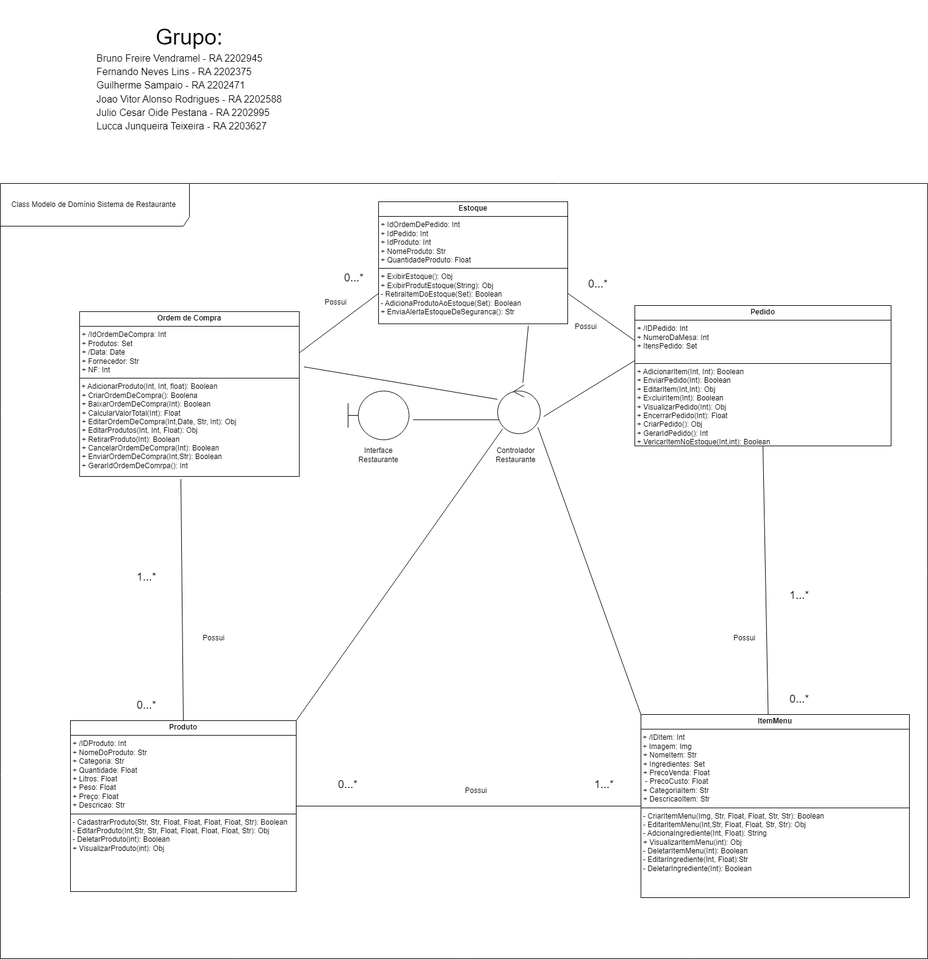
This is Analise_e_Modelagem/Ap2/RestoBar_DiagramaDeClassesProjeto.png from GuiSampaioDias/Quarto_Semestre, a draw.io export, as it was before one commit. Source tidied: cells renumbered, new cells last; positions are measured from the earlier drawing's top-left corner, leaving out a move shared by most shapes.
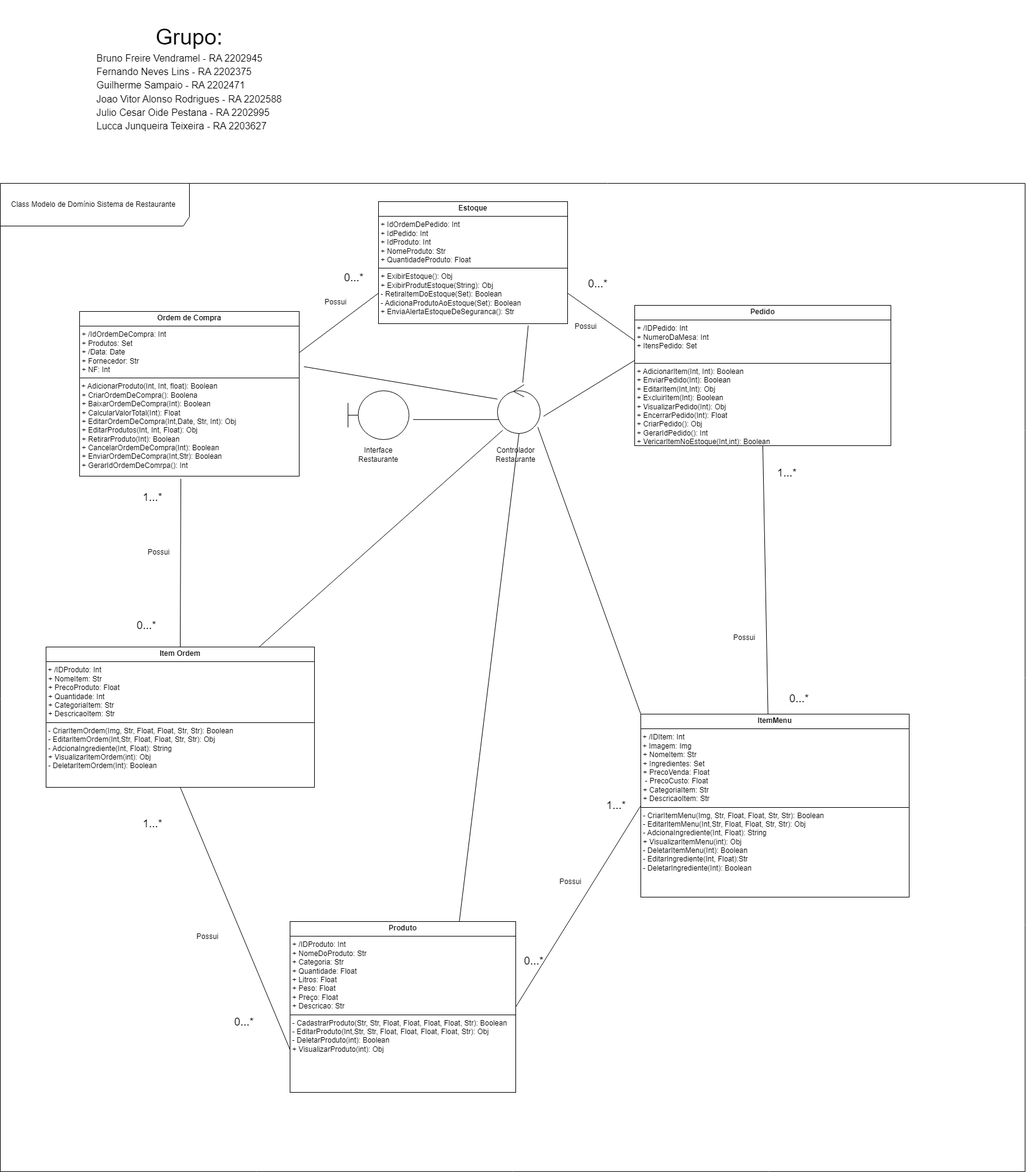
The same diagram one commit later.

Change to the diagram source:
```diff
@@ -9,7 +9,7 @@
       <mxGeometry x="1040" y="500" width="420" height="230" as="geometry" />
     </mxCell>
     <mxCell id="4" value="&lt;p style=&quot;margin:0px;margin-top:4px;text-align:center;&quot;&gt;&lt;b&gt;Produto&lt;/b&gt;&lt;/p&gt;&lt;hr size=&quot;1&quot; style=&quot;border-style:solid;&quot;&gt;&lt;p style=&quot;margin:0px;margin-left:4px;&quot;&gt;+ /IDProduto: Int&lt;br&gt;+ NomeDoProduto: Str&lt;/p&gt;&lt;p style=&quot;margin:0px;margin-left:4px;&quot;&gt;+ Categoria: Str&lt;/p&gt;&lt;p style=&quot;margin:0px;margin-left:4px;&quot;&gt;+ Quantidade: Float&lt;/p&gt;&lt;p style=&quot;margin:0px;margin-left:4px;&quot;&gt;+ Litros: Float&lt;/p&gt;&lt;p style=&quot;margin:0px;margin-left:4px;&quot;&gt;+ Peso: Float&lt;/p&gt;&lt;p style=&quot;margin:0px;margin-left:4px;&quot;&gt;+ Preço: Float&lt;/p&gt;&lt;p style=&quot;margin:0px;margin-left:4px;&quot;&gt;+ Descricao: Str&lt;/p&gt;&lt;hr size=&quot;1&quot; style=&quot;border-style:solid;&quot;&gt;&lt;p style=&quot;margin:0px;margin-left:4px;&quot;&gt;- CadastrarProduto(Str, Str, Float, Float, Float, Float, Str): Boolean&lt;br&gt;- EditarProduto(Int,Str, Str, Float, Float, Float, Float, Str): Obj&lt;/p&gt;&lt;p style=&quot;margin:0px;margin-left:4px;&quot;&gt;- DeletarProduto(int): Boolean&lt;/p&gt;&lt;p style=&quot;margin:0px;margin-left:4px;&quot;&gt;+ VisualizarProduto(int): Obj&lt;/p&gt;" style="verticalAlign=top;align=left;overflow=fill;html=1;whiteSpace=wrap;" parent="1" vertex="1">
-      <mxGeometry x="115" y="1180" width="370" height="280" as="geometry" />
+      <mxGeometry x="475" y="1510" width="370" height="280" as="geometry" />
     </mxCell>
     <mxCell id="5" value="&lt;p style=&quot;margin:0px;margin-top:4px;text-align:center;&quot;&gt;&lt;b&gt;Ordem de Compra&lt;/b&gt;&lt;/p&gt;&lt;hr size=&quot;1&quot; style=&quot;border-style:solid;&quot;&gt;&lt;p style=&quot;margin:0px;margin-left:4px;&quot;&gt;+ /IdOrdemDeCompra: Int&lt;br&gt;+ Produtos: Set&lt;/p&gt;&lt;p style=&quot;margin:0px;margin-left:4px;&quot;&gt;+ /Data: Date&lt;/p&gt;&lt;p style=&quot;margin:0px;margin-left:4px;&quot;&gt;+ Fornecedor: Str&lt;/p&gt;&lt;p style=&quot;margin:0px;margin-left:4px;&quot;&gt;+ NF: Int&lt;/p&gt;&lt;hr size=&quot;1&quot; style=&quot;border-style:solid;&quot;&gt;&amp;nbsp;+ AdicionarProduto(Int, Int, float): Boolean&lt;br&gt;&lt;p style=&quot;margin:0px;margin-left:4px;&quot;&gt;+ CriarOrdemDeCompra(): Boolena&lt;/p&gt;&lt;p style=&quot;margin:0px;margin-left:4px;&quot;&gt;+ BaixarOrdemDeCompra(Int): Boolean&lt;br&gt;+ CalcularValorTotal(Int): Float&lt;/p&gt;&lt;p style=&quot;margin:0px;margin-left:4px;&quot;&gt;+ EditarOrdemDeCompra(Int,&lt;span style=&quot;background-color: initial;&quot;&gt;Date, Str, Int&lt;/span&gt;&lt;span style=&quot;background-color: initial;&quot;&gt;): Obj&lt;/span&gt;&lt;/p&gt;&lt;p style=&quot;margin:0px;margin-left:4px;&quot;&gt;&lt;span style=&quot;background-color: initial;&quot;&gt;+ EditarProdutos(Int, Int, Float): Obj&lt;/span&gt;&lt;/p&gt;&lt;p style=&quot;margin:0px;margin-left:4px;&quot;&gt;&lt;span style=&quot;background-color: initial;&quot;&gt;+ RetirarProduto(Int): Boolean&lt;/span&gt;&lt;/p&gt;&lt;p style=&quot;margin:0px;margin-left:4px;&quot;&gt;&lt;span style=&quot;background-color: initial;&quot;&gt;+ CancelarOrdemDeCompra(Int): Boolean&lt;/span&gt;&lt;/p&gt;&lt;p style=&quot;margin:0px;margin-left:4px;&quot;&gt;&lt;span style=&quot;background-color: initial;&quot;&gt;+ EnviarOrdemDeCompra(Int,Str): Boolean&lt;/span&gt;&lt;/p&gt;&lt;p style=&quot;margin:0px;margin-left:4px;&quot;&gt;&lt;span style=&quot;background-color: initial;&quot;&gt;+ GerarIdOrdemDeComrpa(): Int&lt;/span&gt;&lt;/p&gt;" style="verticalAlign=top;align=left;overflow=fill;html=1;whiteSpace=wrap;" parent="1" vertex="1">
       <mxGeometry x="130" y="510" width="360" height="270" as="geometry" />
@@ -17,10 +17,8 @@
     <mxCell id="6" value="&lt;p style=&quot;margin:0px;margin-top:4px;text-align:center;&quot;&gt;&lt;b&gt;ItemMenu&lt;/b&gt;&lt;/p&gt;&lt;hr size=&quot;1&quot; style=&quot;border-style:solid;&quot;&gt;&amp;nbsp;+ /IDItem: Int&amp;nbsp;&lt;div&gt;&amp;nbsp;+ Imagem: Img&lt;br&gt;&lt;p style=&quot;margin:0px;margin-left:4px;&quot;&gt;+ NomeItem: Str&lt;br&gt;+ Ingredientes: Set&lt;/p&gt;&lt;p style=&quot;margin:0px;margin-left:4px;&quot;&gt;+ PrecoVenda: Float&lt;/p&gt;&lt;p style=&quot;margin:0px;margin-left:4px;&quot;&gt;&amp;nbsp;- PrecoCusto: Float&lt;/p&gt;&lt;p style=&quot;margin:0px;margin-left:4px;&quot;&gt;+ CategoriaItem: Str&lt;/p&gt;&lt;p style=&quot;margin:0px;margin-left:4px;&quot;&gt;+ DescricaoItem: Str&lt;/p&gt;&lt;hr size=&quot;1&quot; style=&quot;border-style:solid;&quot;&gt;&lt;p style=&quot;margin:0px;margin-left:4px;&quot;&gt;- CriarItemMenu(Img,&amp;nbsp;&lt;span style=&quot;background-color: initial;&quot;&gt;Str, Float, Float, Str, Str&lt;/span&gt;&lt;span style=&quot;background-color: initial;&quot;&gt;): Boolean&lt;/span&gt;&lt;/p&gt;&lt;p style=&quot;margin:0px;margin-left:4px;&quot;&gt;- EditarItemMenu(Int,Str, Float, Float, Str, Str): Obj&lt;/p&gt;&lt;p style=&quot;margin:0px;margin-left:4px;&quot;&gt;- AdcionaIngrediente(Int, Float): String&lt;/p&gt;&lt;p style=&quot;margin:0px;margin-left:4px;&quot;&gt;+ VisualizarItemMenu(int): Obj&lt;/p&gt;&lt;p style=&quot;margin:0px;margin-left:4px;&quot;&gt;- DeletarItemMenu(Int): Boolean&lt;/p&gt;&lt;p style=&quot;margin:0px;margin-left:4px;&quot;&gt;- EditarIngrediente(Int, Float):Str&lt;/p&gt;&lt;p style=&quot;margin:0px;margin-left:4px;&quot;&gt;- DeletarIngrediente(Int): Boolean&lt;/p&gt;&lt;p style=&quot;margin:0px;margin-left:4px;&quot;&gt;&lt;br&gt;&lt;/p&gt;&lt;p style=&quot;margin:0px;margin-left:4px;&quot;&gt;&lt;br&gt;&lt;/p&gt;&lt;/div&gt;" style="verticalAlign=top;align=left;overflow=fill;html=1;whiteSpace=wrap;" parent="1" vertex="1">
       <mxGeometry x="1050" y="1170" width="440" height="300" as="geometry" />
     </mxCell>
-    <mxCell id="7" style="endArrow=none;html=1;rounded=0;entryX=0.461;entryY=1.016;entryDx=0;entryDy=0;entryPerimeter=0;" parent="1" edge="1" target="5">
-      <mxGeometry relative="1" as="geometry">
-        <mxPoint x="300" y="1180" as="sourcePoint" />
-      </mxGeometry>
+    <mxCell id="7" style="endArrow=none;html=1;rounded=0;entryX=0.461;entryY=1.016;entryDx=0;entryDy=0;entryPerimeter=0;exitX=0.5;exitY=0;exitDx=0;exitDy=0;" parent="1" edge="1" source="37" target="5">
+      <mxGeometry relative="1" as="geometry" />
     </mxCell>
     <mxCell id="8" style="endArrow=none;html=1;rounded=0;exitX=1;exitY=0.5;exitDx=0;exitDy=0;entryX=0;entryY=0.5;entryDx=0;entryDy=0;" parent="1" edge="1" source="4" target="6">
       <mxGeometry relative="1" as="geometry" />
@@ -35,10 +33,10 @@
       <mxGeometry relative="1" as="geometry" />
     </mxCell>
     <mxCell id="12" value="Possui" style="text;html=1;align=center;verticalAlign=middle;whiteSpace=wrap;rounded=0;" parent="1" vertex="1">
-      <mxGeometry x="320" y="1030" width="60" height="30" as="geometry" />
+      <mxGeometry x="310" y="1520" width="60" height="30" as="geometry" />
     </mxCell>
     <mxCell id="13" value="Possui" style="text;html=1;align=center;verticalAlign=middle;whiteSpace=wrap;rounded=0;" parent="1" vertex="1">
-      <mxGeometry x="750" y="1280" width="60" height="30" as="geometry" />
+      <mxGeometry x="905" y="1430" width="60" height="30" as="geometry" />
     </mxCell>
     <mxCell id="14" value="Possui" style="text;html=1;align=center;verticalAlign=middle;whiteSpace=wrap;rounded=0;" parent="1" vertex="1">
       <mxGeometry x="520" y="480" width="60" height="30" as="geometry" />
@@ -50,22 +48,22 @@
       <mxGeometry x="930" y="520" width="60" height="30" as="geometry" />
     </mxCell>
     <mxCell id="17" value="&lt;font style=&quot;font-size: 18px;&quot;&gt;1...*&lt;/font&gt;" style="text;html=1;align=center;verticalAlign=middle;whiteSpace=wrap;rounded=0;" parent="1" vertex="1">
-      <mxGeometry x="960" y="1270" width="60" height="30" as="geometry" />
+      <mxGeometry x="980" y="1305" width="60" height="30" as="geometry" />
     </mxCell>
     <mxCell id="18" value="&lt;font style=&quot;font-size: 18px;&quot;&gt;0...*&lt;/font&gt;" style="text;html=1;align=center;verticalAlign=middle;whiteSpace=wrap;rounded=0;" parent="1" vertex="1">
-      <mxGeometry x="540" y="1270" width="60" height="30" as="geometry" />
+      <mxGeometry x="845" y="1560" width="60" height="30" as="geometry" />
     </mxCell>
     <mxCell id="19" value="&lt;font style=&quot;font-size: 18px;&quot;&gt;0...*&lt;/font&gt;" style="text;html=1;align=center;verticalAlign=middle;whiteSpace=wrap;rounded=0;" parent="1" vertex="1">
-      <mxGeometry x="210" y="1140" width="60" height="30" as="geometry" />
+      <mxGeometry x="370" y="1660" width="60" height="30" as="geometry" />
     </mxCell>
     <mxCell id="20" value="&lt;font style=&quot;font-size: 18px;&quot;&gt;1&lt;span style=&quot;color: rgba(0, 0, 0, 0); font-family: monospace; font-size: 0px; text-align: start; text-wrap: nowrap;&quot;&gt;%3CmxGraphModel%3E%3Croot%3E%3CmxCell%20id%3D%220%22%2F%3E%3CmxCell%20id%3D%221%22%20parent%3D%220%22%2F%3E%3CmxCell%20id%3D%222%22%20value%3D%22%26lt%3Bfont%20style%3D%26quot%3Bfont-size%3A%2018px%3B%26quot%3B%26gt%3B0...*%26lt%3B%2Ffont%26gt%3B%22%20style%3D%22text%3Bhtml%3D1%3Balign%3Dcenter%3BverticalAlign%3Dmiddle%3BwhiteSpace%3Dwrap%3Brounded%3D0%3B%22%20vertex%3D%221%22%20parent%3D%221%22%3E%3CmxGeometry%20x%3D%22240%22%20y%3D%22830%22%20width%3D%2260%22%20height%3D%2230%22%20as%3D%22geometry%22%2F%3E%3C%2FmxCell%3E%3C%2Froot%3E%3C%2FmxGraphModel%3E&lt;/span&gt;...*&lt;/font&gt;" style="text;html=1;align=center;verticalAlign=middle;whiteSpace=wrap;rounded=0;" parent="1" vertex="1">
-      <mxGeometry x="210" y="930" width="60" height="30" as="geometry" />
+      <mxGeometry x="220" y="800" width="60" height="30" as="geometry" />
     </mxCell>
     <mxCell id="21" value="&lt;font style=&quot;font-size: 18px;&quot;&gt;0...*&lt;/font&gt;" style="text;html=1;align=center;verticalAlign=middle;whiteSpace=wrap;rounded=0;" parent="1" vertex="1">
       <mxGeometry x="1280" y="1130" width="60" height="30" as="geometry" />
     </mxCell>
     <mxCell id="22" value="&lt;font style=&quot;font-size: 18px;&quot;&gt;1...*&lt;/font&gt;" style="text;html=1;align=center;verticalAlign=middle;whiteSpace=wrap;rounded=0;" parent="1" vertex="1">
-      <mxGeometry x="1280" y="960" width="60" height="30" as="geometry" />
+      <mxGeometry x="1260" y="760" width="60" height="30" as="geometry" />
     </mxCell>
     <mxCell id="23" value="&lt;font style=&quot;font-size: 18px;&quot;&gt;0...*&lt;/font&gt;" style="text;html=1;align=center;verticalAlign=middle;whiteSpace=wrap;rounded=0;" parent="1" vertex="1">
       <mxGeometry x="550" y="440" width="60" height="30" as="geometry" />
@@ -74,7 +72,7 @@
       <mxGeometry x="950" y="450" width="60" height="30" as="geometry" />
     </mxCell>
     <mxCell id="25" value="Class Modelo de Domínio Sistema de Restaurante&amp;nbsp;" style="shape=umlFrame;whiteSpace=wrap;html=1;width=310;height=70;" parent="1" vertex="1">
-      <mxGeometry y="300" width="1520" height="1270" as="geometry" />
+      <mxGeometry y="300" width="1680" height="1620" as="geometry" />
     </mxCell>
     <mxCell id="26" style="shape=umlBoundary;whiteSpace=wrap;html=1;" parent="1" vertex="1">
       <mxGeometry x="570" y="640" width="100" height="80" as="geometry" />
@@ -100,7 +98,7 @@
     <mxCell id="33" style="endArrow=none;html=1;rounded=0;exitX=0.945;exitY=0.87;exitDx=0;exitDy=0;exitPerimeter=0;entryX=0;entryY=0;entryDx=0;entryDy=0;" parent="1" edge="1" source="27" target="6">
       <mxGeometry relative="1" as="geometry" />
     </mxCell>
-    <mxCell id="34" style="endArrow=none;html=1;rounded=0;exitX=1;exitY=0;exitDx=0;exitDy=0;entryX=0.121;entryY=0.899;entryDx=0;entryDy=0;entryPerimeter=0;" parent="1" edge="1" source="4" target="27">
+    <mxCell id="34" style="endArrow=none;html=1;rounded=0;exitX=0.75;exitY=0;exitDx=0;exitDy=0;entryX=0.505;entryY=0.996;entryDx=0;entryDy=0;entryPerimeter=0;" parent="1" edge="1" source="4" target="27">
       <mxGeometry relative="1" as="geometry" />
     </mxCell>
     <mxCell id="35" style="endArrow=none;html=1;rounded=0;exitX=1.021;exitY=0.335;exitDx=0;exitDy=0;exitPerimeter=0;entryX=0;entryY=0.296;entryDx=0;entryDy=0;entryPerimeter=0;" parent="1" edge="1" source="5" target="27">
@@ -109,5 +107,23 @@
     <mxCell id="36" value="&lt;span id=&quot;docs-internal-guid-8434d6e9-7fff-c247-7791-f04bce8001fc&quot;&gt;&lt;p style=&quot;line-height:1.38;margin-top:0pt;margin-bottom:0pt;&quot; dir=&quot;ltr&quot;&gt;&lt;span style=&quot;font-family: Arial, sans-serif; background-color: transparent; font-variant-numeric: normal; font-variant-east-asian: normal; font-variant-alternates: normal; font-variant-position: normal; vertical-align: baseline; white-space-collapse: preserve;&quot;&gt;&lt;font style=&quot;font-size: 36px;&quot;&gt;Grupo:&lt;/font&gt;&lt;/span&gt;&lt;/p&gt;&lt;p style=&quot;line-height:1.38;text-align: justify;margin-top:0pt;margin-bottom:0pt;&quot; dir=&quot;ltr&quot;&gt;&lt;span style=&quot;font-family: Arial, sans-serif; background-color: transparent; font-variant-numeric: normal; font-variant-east-asian: normal; font-variant-alternates: normal; font-variant-position: normal; vertical-align: baseline; white-space-collapse: preserve;&quot;&gt;&lt;font size=&quot;3&quot;&gt;Bruno Freire Vendramel - RA 2202945&lt;/font&gt;&lt;/span&gt;&lt;/p&gt;&lt;p style=&quot;line-height:1.38;text-align: justify;margin-top:0pt;margin-bottom:0pt;&quot; dir=&quot;ltr&quot;&gt;&lt;span style=&quot;font-family: Arial, sans-serif; background-color: transparent; font-variant-numeric: normal; font-variant-east-asian: normal; font-variant-alternates: normal; font-variant-position: normal; vertical-align: baseline; white-space-collapse: preserve;&quot;&gt;&lt;font size=&quot;3&quot;&gt;Fernando Neves Lins - RA 2202375&lt;/font&gt;&lt;/span&gt;&lt;/p&gt;&lt;p style=&quot;line-height:1.38;text-align: justify;margin-top:0pt;margin-bottom:0pt;&quot; dir=&quot;ltr&quot;&gt;&lt;span style=&quot;font-family: Arial, sans-serif; background-color: transparent; font-variant-numeric: normal; font-variant-east-asian: normal; font-variant-alternates: normal; font-variant-position: normal; vertical-align: baseline; white-space-collapse: preserve;&quot;&gt;&lt;font size=&quot;3&quot;&gt;Guilherme Sampaio - RA 2202471&lt;/font&gt;&lt;/span&gt;&lt;/p&gt;&lt;p style=&quot;line-height:1.38;text-align: justify;margin-top:0pt;margin-bottom:0pt;&quot; dir=&quot;ltr&quot;&gt;&lt;span style=&quot;font-family: Arial, sans-serif; background-color: transparent; font-variant-numeric: normal; font-variant-east-asian: normal; font-variant-alternates: normal; font-variant-position: normal; vertical-align: baseline; white-space-collapse: preserve;&quot;&gt;&lt;font size=&quot;3&quot;&gt;Joao Vitor Alonso Rodrigues - RA 2202588&lt;/font&gt;&lt;/span&gt;&lt;/p&gt;&lt;p style=&quot;line-height:1.38;text-align: justify;margin-top:0pt;margin-bottom:0pt;&quot; dir=&quot;ltr&quot;&gt;&lt;span style=&quot;font-family: Arial, sans-serif; background-color: transparent; font-variant-numeric: normal; font-variant-east-asian: normal; font-variant-alternates: normal; font-variant-position: normal; vertical-align: baseline; white-space-collapse: preserve;&quot;&gt;&lt;font size=&quot;3&quot;&gt;Julio Cesar Oide Pestana - RA 2202995&lt;/font&gt;&lt;/span&gt;&lt;/p&gt;&lt;p style=&quot;line-height:1.38;text-align: justify;margin-top:0pt;margin-bottom:0pt;&quot; dir=&quot;ltr&quot;&gt;&lt;span style=&quot;font-family: Arial, sans-serif; background-color: transparent; font-variant-numeric: normal; font-variant-east-asian: normal; font-variant-alternates: normal; font-variant-position: normal; vertical-align: baseline; white-space-collapse: preserve;&quot;&gt;&lt;font size=&quot;3&quot;&gt;Lucca Junqueira Teixeira - RA 2203627&lt;/font&gt;&lt;/span&gt;&lt;/p&gt;&lt;div&gt;&lt;span style=&quot;font-size: 11pt; font-family: Arial, sans-serif; background-color: transparent; font-variant-numeric: normal; font-variant-east-asian: normal; font-variant-alternates: normal; font-variant-position: normal; vertical-align: baseline; white-space-collapse: preserve;&quot;&gt;&lt;br&gt;&lt;/span&gt;&lt;/div&gt;&lt;/span&gt;" style="text;html=1;align=center;verticalAlign=middle;whiteSpace=wrap;rounded=0;" parent="1" vertex="1">
       <mxGeometry x="90" width="440" height="270" as="geometry" />
     </mxCell>
+    <mxCell id="37" value="&lt;p style=&quot;margin:0px;margin-top:4px;text-align:center;&quot;&gt;&lt;b&gt;Item Ordem&lt;/b&gt;&lt;/p&gt;&lt;hr size=&quot;1&quot; style=&quot;border-style:solid;&quot;&gt;&amp;nbsp;+ /IDProduto: Int&amp;nbsp;&lt;div&gt;&lt;p style=&quot;margin:0px;margin-left:4px;&quot;&gt;+ NomeItem: Str&lt;br&gt;&lt;/p&gt;&lt;p style=&quot;margin:0px;margin-left:4px;&quot;&gt;+ PrecoProduto: Float&lt;/p&gt;&lt;p style=&quot;margin:0px;margin-left:4px;&quot;&gt;+ Quantidade: Int&lt;/p&gt;&lt;p style=&quot;margin:0px;margin-left:4px;&quot;&gt;+ CategoriaItem: Str&lt;/p&gt;&lt;p style=&quot;margin:0px;margin-left:4px;&quot;&gt;+ DescricaoItem: Str&lt;/p&gt;&lt;hr size=&quot;1&quot; style=&quot;border-style:solid;&quot;&gt;&lt;p style=&quot;margin:0px;margin-left:4px;&quot;&gt;- CriarItemOrdem(Img,&amp;nbsp;&lt;span style=&quot;background-color: initial;&quot;&gt;Str, Float, Float, Str, Str&lt;/span&gt;&lt;span style=&quot;background-color: initial;&quot;&gt;): Boolean&lt;/span&gt;&lt;/p&gt;&lt;p style=&quot;margin:0px;margin-left:4px;&quot;&gt;- EditarItemOrdem(Int,Str, Float, Float, Str, Str): Obj&lt;/p&gt;&lt;p style=&quot;margin:0px;margin-left:4px;&quot;&gt;- AdcionaIngrediente(Int, Float): String&lt;/p&gt;&lt;p style=&quot;margin:0px;margin-left:4px;&quot;&gt;+ VisualizarItemOrdem(int): Obj&lt;/p&gt;&lt;p style=&quot;margin:0px;margin-left:4px;&quot;&gt;- DeletarItemOrdem(Int): Boolean&lt;/p&gt;&lt;p style=&quot;margin:0px;margin-left:4px;&quot;&gt;&lt;br&gt;&lt;/p&gt;&lt;p style=&quot;margin:0px;margin-left:4px;&quot;&gt;&lt;br&gt;&lt;/p&gt;&lt;p style=&quot;margin:0px;margin-left:4px;&quot;&gt;&lt;br&gt;&lt;/p&gt;&lt;/div&gt;" style="verticalAlign=top;align=left;overflow=fill;html=1;whiteSpace=wrap;" parent="1" vertex="1">
+      <mxGeometry x="75" y="1060" width="440" height="230" as="geometry" />
+    </mxCell>
+    <mxCell id="38" style="endArrow=none;html=1;rounded=0;entryX=0.124;entryY=0.933;entryDx=0;entryDy=0;entryPerimeter=0;" parent="1" edge="1" source="37" target="27">
+      <mxGeometry relative="1" as="geometry" />
+    </mxCell>
+    <mxCell id="39" style="endArrow=none;html=1;rounded=0;entryX=0.5;entryY=1;entryDx=0;entryDy=0;exitX=0;exitY=0.75;exitDx=0;exitDy=0;" parent="1" edge="1" source="4" target="37">
+      <mxGeometry relative="1" as="geometry" />
+    </mxCell>
+    <mxCell id="40" value="&lt;font style=&quot;font-size: 18px;&quot;&gt;1...*&lt;/font&gt;" style="text;html=1;align=center;verticalAlign=middle;whiteSpace=wrap;rounded=0;" parent="1" vertex="1">
+      <mxGeometry x="220" y="1335" width="60" height="30" as="geometry" />
+    </mxCell>
+    <mxCell id="41" value="&lt;font style=&quot;font-size: 18px;&quot;&gt;0...*&lt;/font&gt;" style="text;html=1;align=center;verticalAlign=middle;whiteSpace=wrap;rounded=0;" parent="1" vertex="1">
+      <mxGeometry x="210" y="1010" width="60" height="30" as="geometry" />
+    </mxCell>
+    <mxCell id="42" value="Possui" style="text;html=1;align=center;verticalAlign=middle;whiteSpace=wrap;rounded=0;" parent="1" vertex="1">
+      <mxGeometry x="230" y="890" width="60" height="30" as="geometry" />
+    </mxCell>
   </root>
 </mxGraphModel>
```
